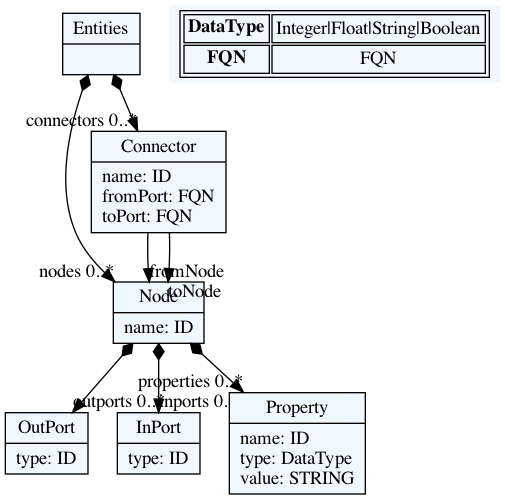
xanthoko/meco keeps this Graphviz diagram as models/grammar.dot.png. Above is the earlier version. Its source is kept beside it as models/grammar.dot.
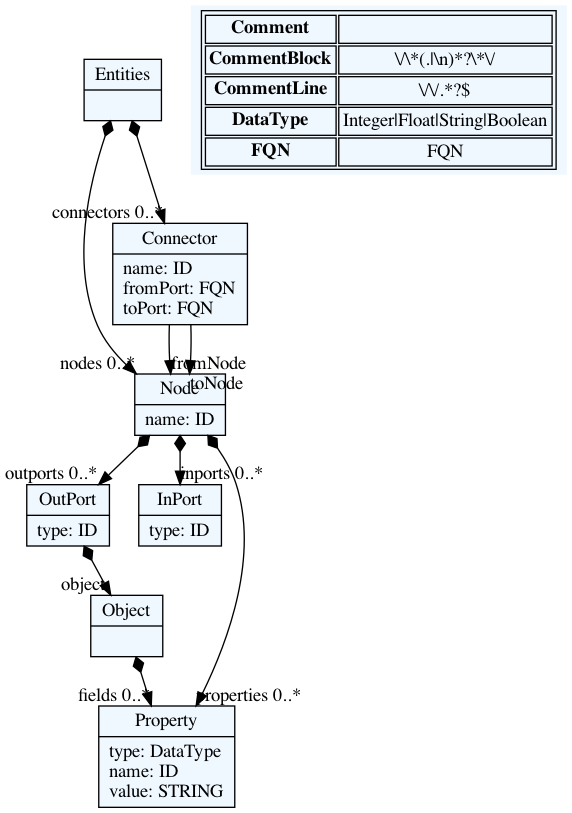
The same diagram one commit later.

The edit, as a diff of the source:
```diff
@@ -10,28 +10,41 @@
     edge[dir=black,arrowtail=empty]
 
 
-140244464101456[ label="{Entities|}"]
+140211896226064[ label="{Entities|}"]
 
-140244464104288[ label="{Node|name: ID\l}"]
+140211896229472[ label="{Node|name: ID\l}"]
 
-140244464174832[ label="{OutPort|type: ID\l}"]
+140211896233456[ label="{OutPort|type: ID\l}"]
 
-140244464210032[ label="{InPort|type: ID\l}"]
+140211896236864[ label="{InPort|type: ID\l}"]
 
-140244464213440[ label="{Property|name: ID\ltype: DataType\lvalue: STRING\l}"]
+140211896240272[ label="{Object|}"]
 
-140244464212496[ label="{Connector|name: ID\lfromPort: FQN\ltoPort: FQN\l}"]
+140211896232512[ label="{Property|type: DataType\lname: ID\lvalue: STRING\l}"]
+
+140211899933520[ label="{Connector|name: ID\lfromPort: FQN\ltoPort: FQN\l}"]
 
 
 
-140244464101456 -> 140244464104288[arrowtail=diamond, dir=both, headlabel="nodes 0..*"]
-140244464101456 -> 140244464212496[arrowtail=diamond, dir=both, headlabel="connectors 0..*"]
-140244464104288 -> 140244464213440[arrowtail=diamond, dir=both, headlabel="properties 0..*"]
-140244464104288 -> 140244464174832[arrowtail=diamond, dir=both, headlabel="outports 0..*"]
-140244464104288 -> 140244464210032[arrowtail=diamond, dir=both, headlabel="inports 0..*"]
-140244464212496 -> 140244464104288[headlabel="fromNode "]
-140244464212496 -> 140244464104288[headlabel="toNode "]
+140211896226064 -> 140211896229472[arrowtail=diamond, dir=both, headlabel="nodes 0..*"]
+140211896226064 -> 140211899933520[arrowtail=diamond, dir=both, headlabel="connectors 0..*"]
+140211896229472 -> 140211896232512[arrowtail=diamond, dir=both, headlabel="properties 0..*"]
+140211896229472 -> 140211896233456[arrowtail=diamond, dir=both, headlabel="outports 0..*"]
+140211896229472 -> 140211896236864[arrowtail=diamond, dir=both, headlabel="inports 0..*"]
+140211896233456 -> 140211896240272[arrowtail=diamond, dir=both, headlabel="object "]
+140211896240272 -> 140211896232512[arrowtail=diamond, dir=both, headlabel="fields 0..*"]
+140211899933520 -> 140211896229472[headlabel="fromNode "]
+140211899933520 -> 140211896229472[headlabel="toNode "]
 match_rules [ shape=plaintext, label=< <table>
+	<tr>
+		<td><b>Comment</b></td><td></td>
+	</tr>
+	<tr>
+		<td><b>CommentBlock</b></td><td>\/\*(.|\n)*?\*\/</td>
+	</tr>
+	<tr>
+		<td><b>CommentLine</b></td><td>\/\/.*?$</td>
+	</tr>
 	<tr>
 		<td><b>DataType</b></td><td>Integer|Float|String|Boolean</td>
 	</tr>
```
